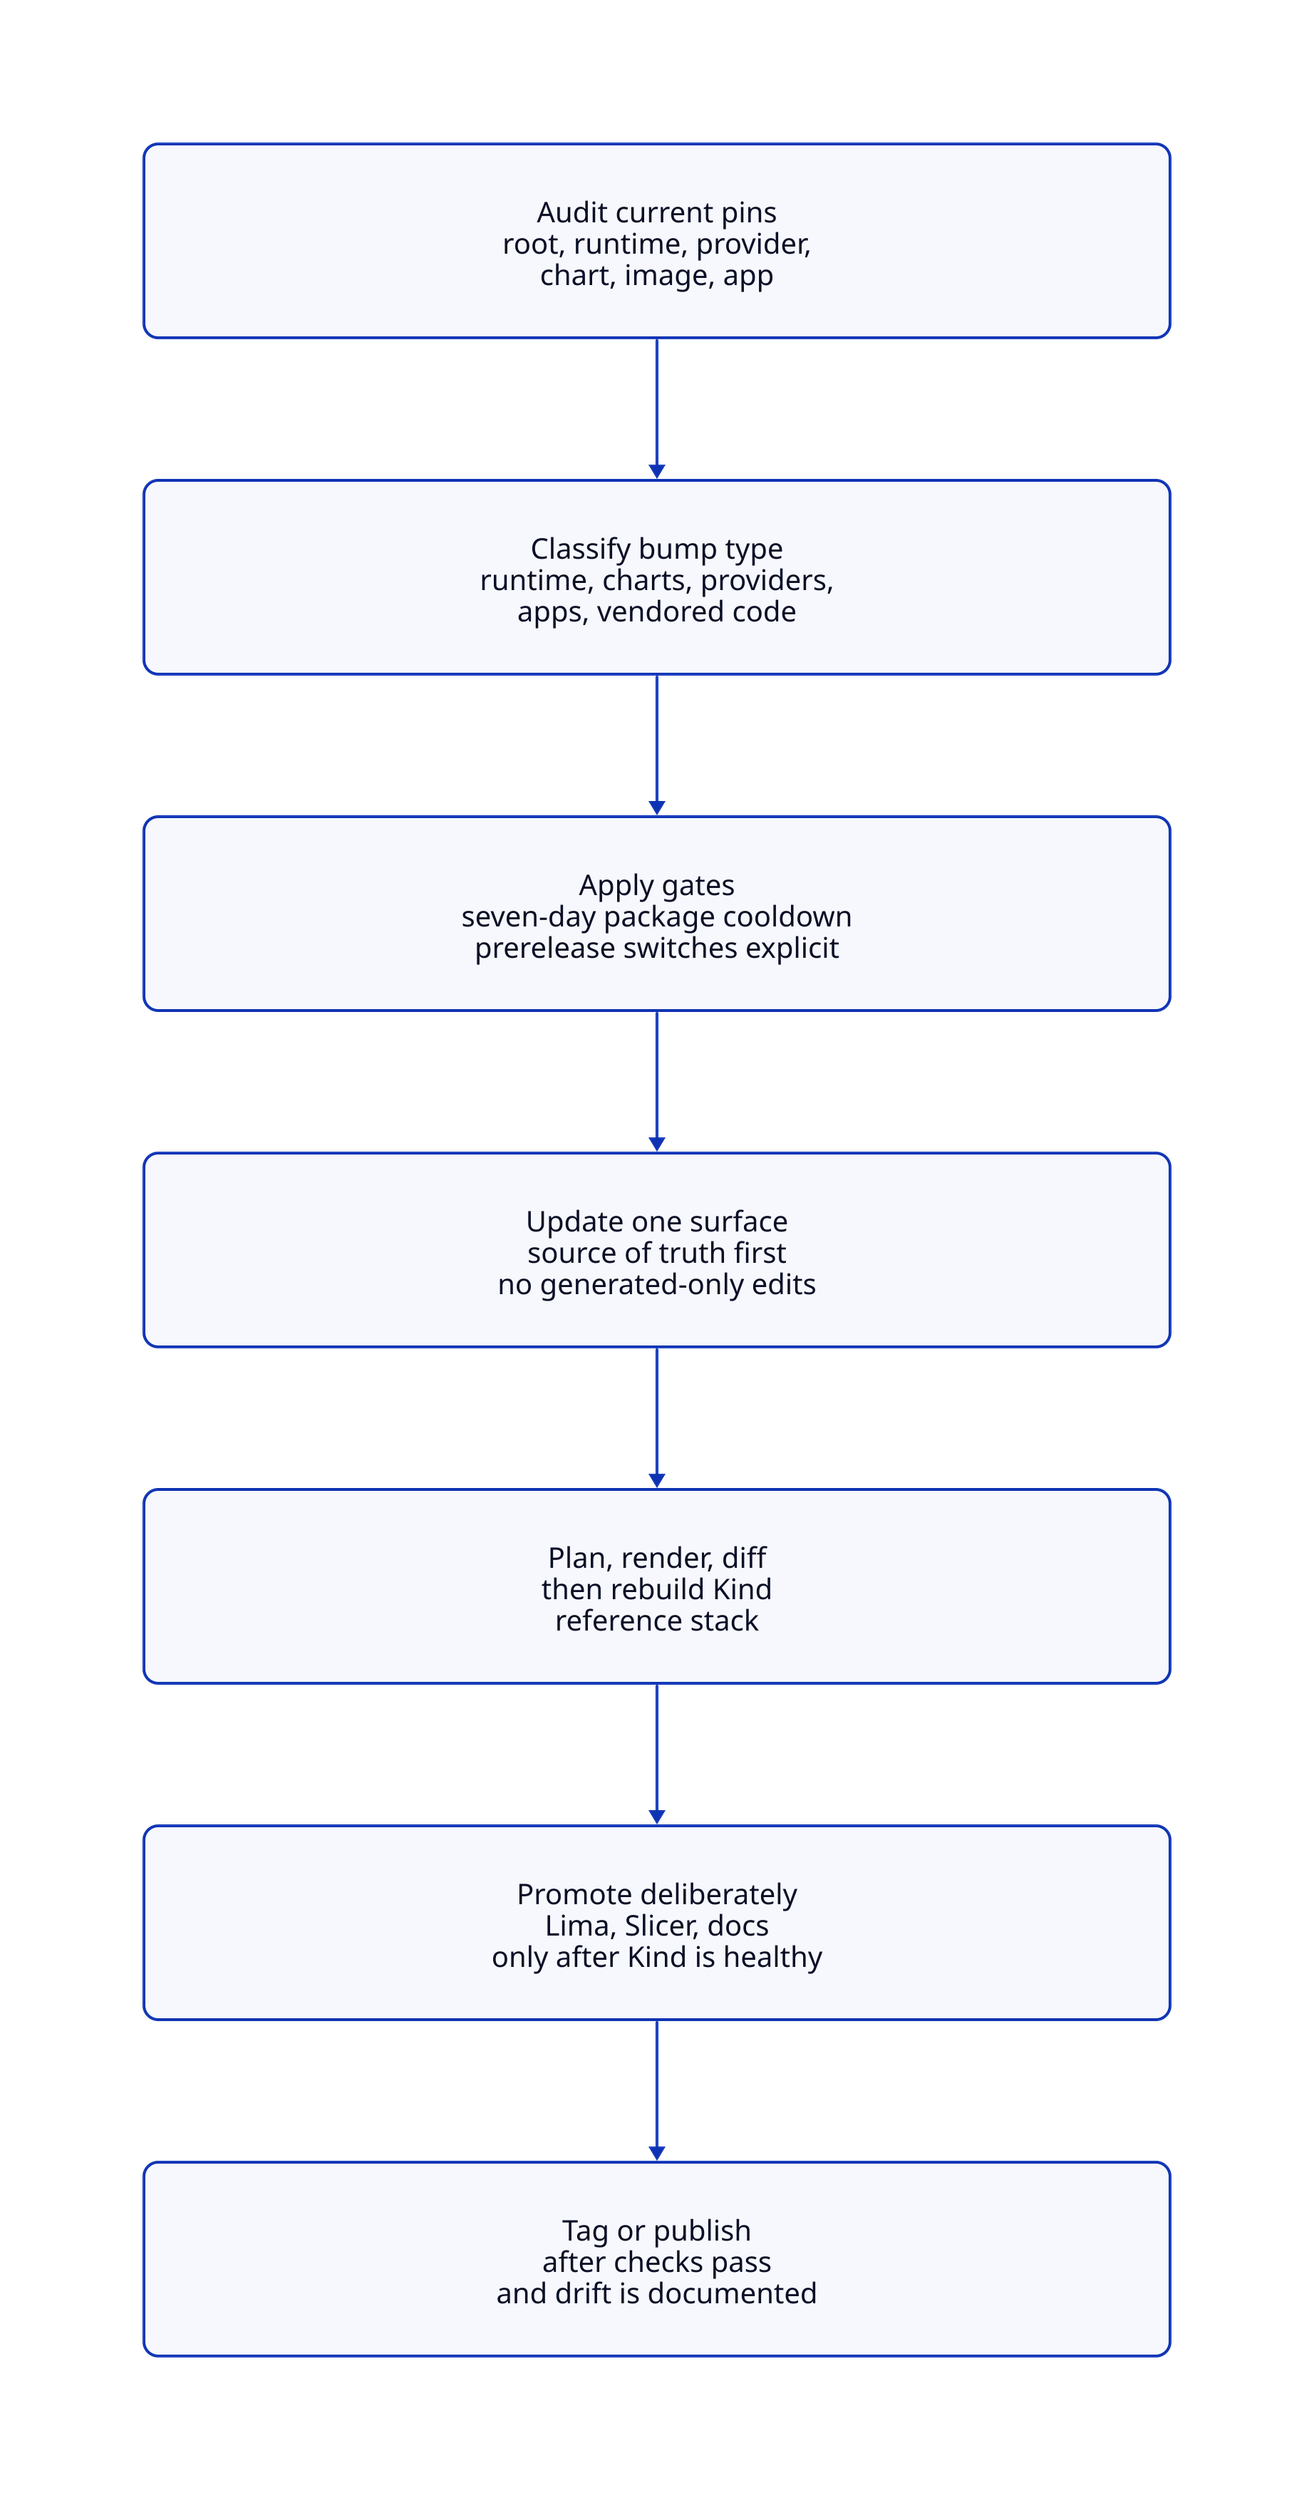
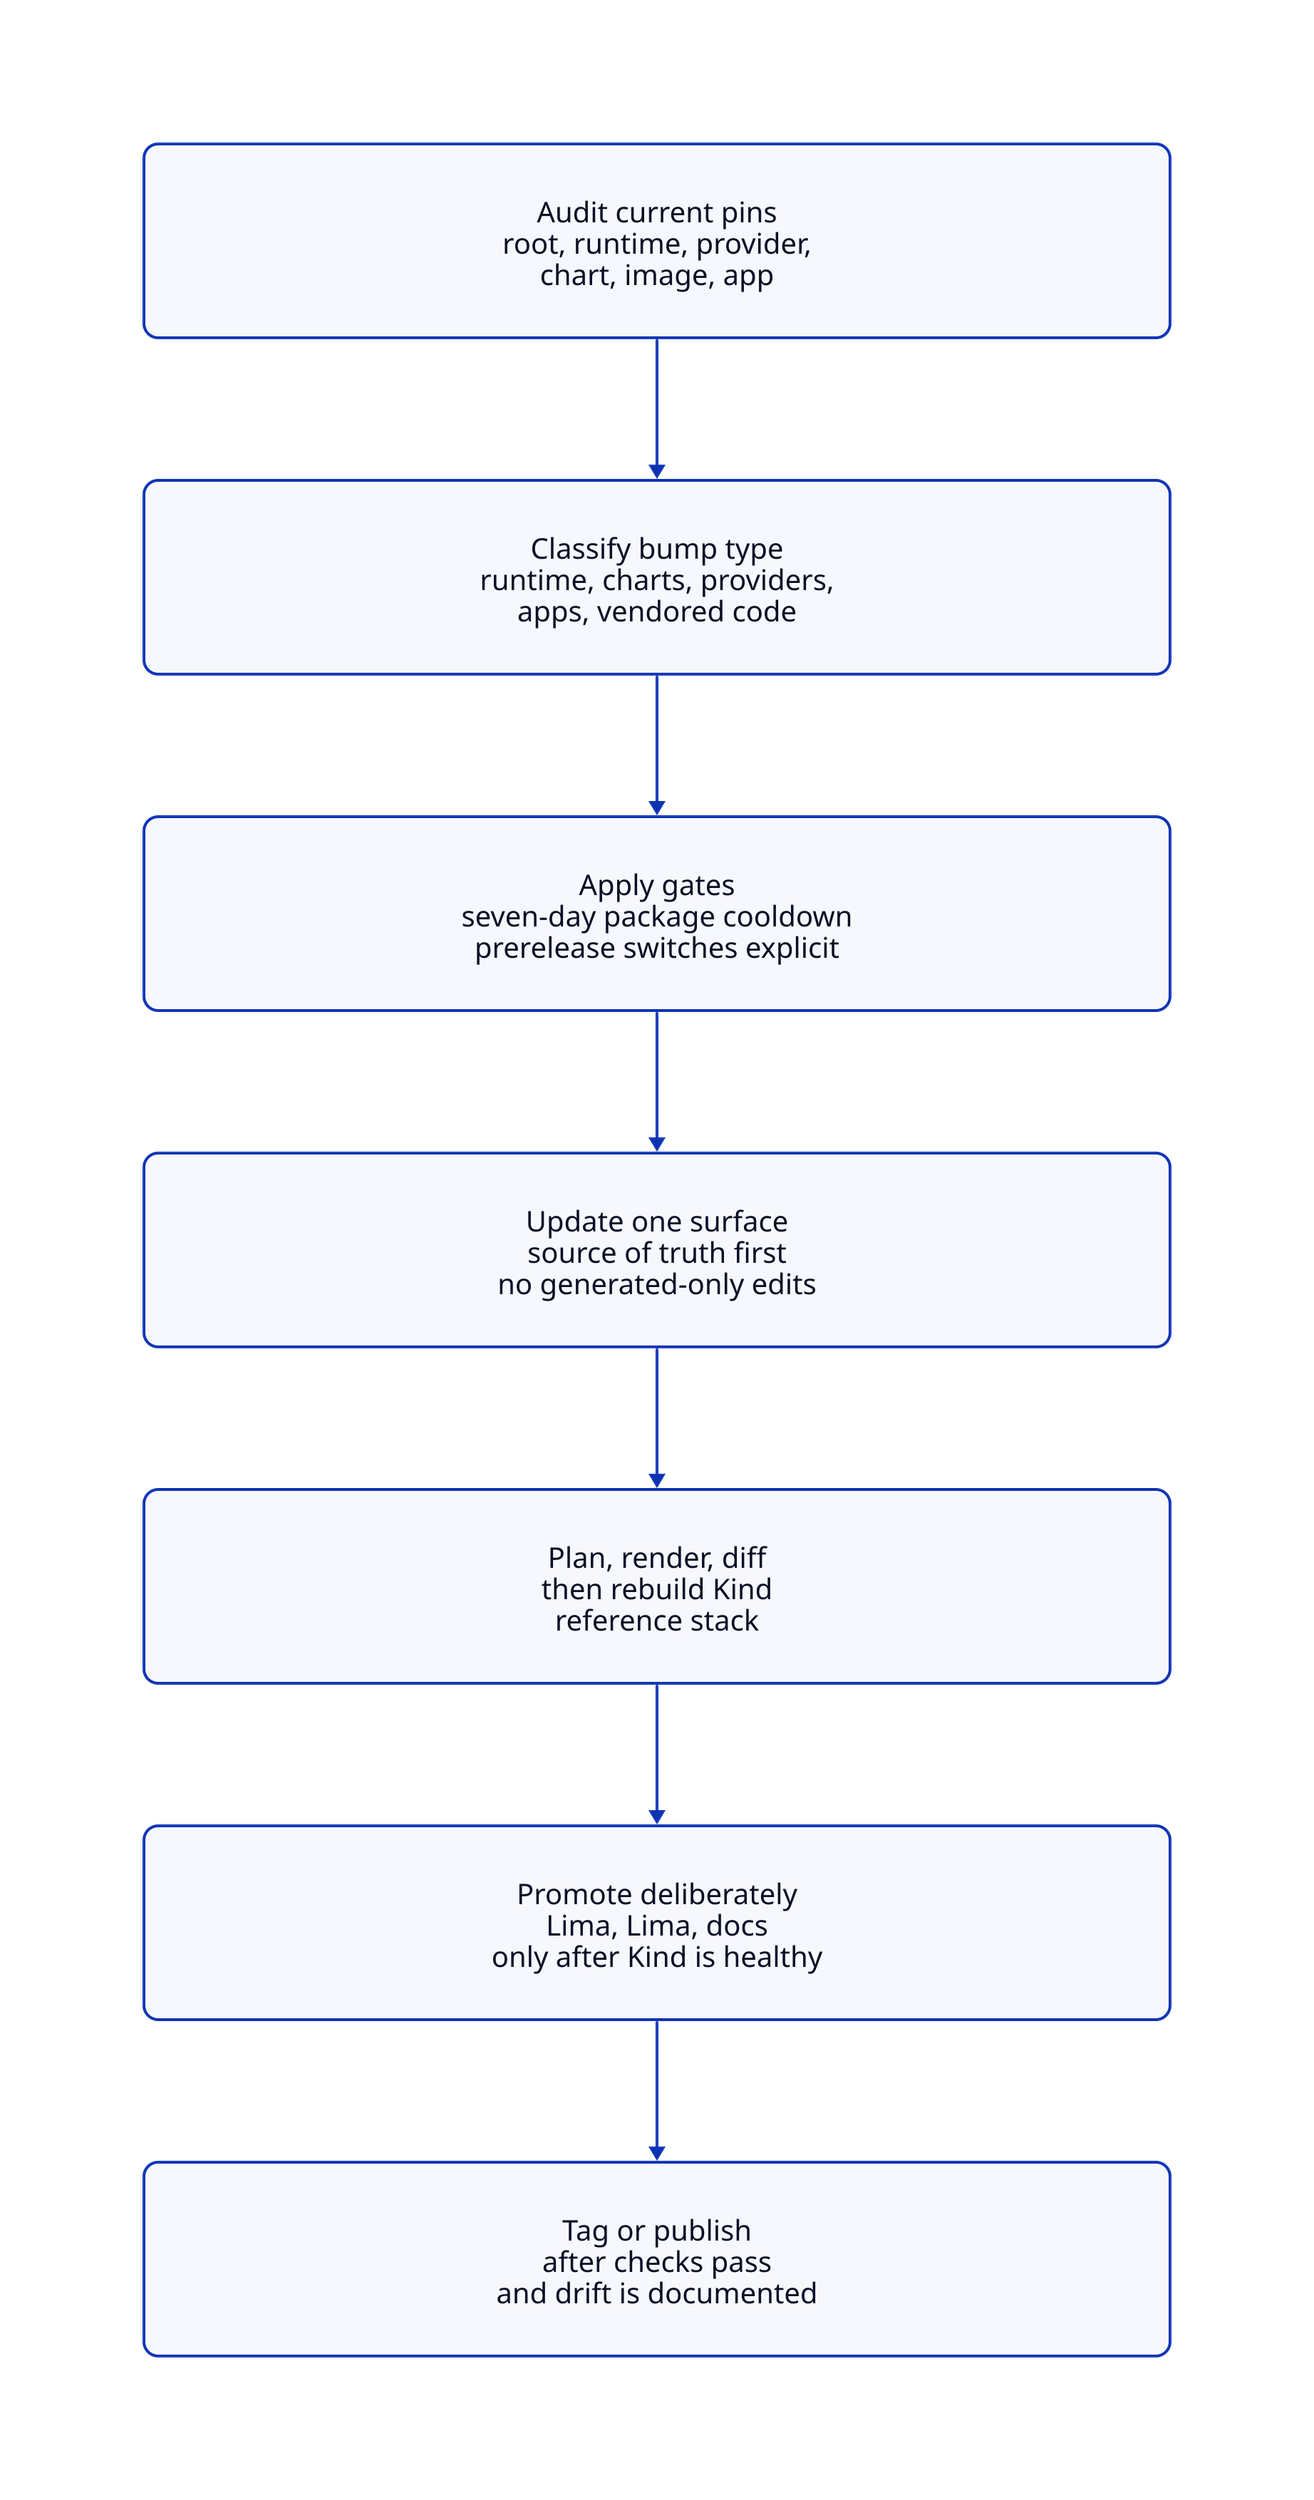
# Source diagram for content/concepts/version-management.mdx.
# @light public/diagrams/generated/concepts-version-management-1-light.svg
# @dark public/diagrams/generated/concepts-version-management-1-dark.svg
# @layout elk
# @pad 64

direction: down

style.fill: transparent

audit: {
  label: "Audit current pins\nroot, runtime, provider,\nchart, image, app"
  width: 720
  height: 136
  style.font-size: 20
  style.border-radius: 10
}

classify: {
  label: "Classify bump type\nruntime, charts, providers,\napps, vendored code"
  width: 720
  height: 136
  style.font-size: 20
  style.border-radius: 10
}

cooldown: {
  label: "Apply gates\nseven-day package cooldown\nprerelease switches explicit"
  width: 720
  height: 136
  style.font-size: 20
  style.border-radius: 10
}

update: {
  label: "Update one surface\nsource of truth first\nno generated-only edits"
  width: 720
  height: 136
  style.font-size: 20
  style.border-radius: 10
}

prove: {
  label: "Plan, render, diff\nthen rebuild Kind\nreference stack"
  width: 720
  height: 136
  style.font-size: 20
  style.border-radius: 10
}

promote: {
-   label: "Promote deliberately\nLima, Slicer, docs\nonly after Kind is healthy"
+   label: "Promote deliberately\nLima, Lima, docs\nonly after Kind is healthy"
  width: 720
  height: 136
  style.font-size: 20
  style.border-radius: 10
}

release: {
  label: "Tag or publish\nafter checks pass\nand drift is documented"
  width: 720
  height: 136
  style.font-size: 20
  style.border-radius: 10
}

audit -> classify
classify -> cooldown
cooldown -> update
update -> prove
prove -> promote
promote -> release
